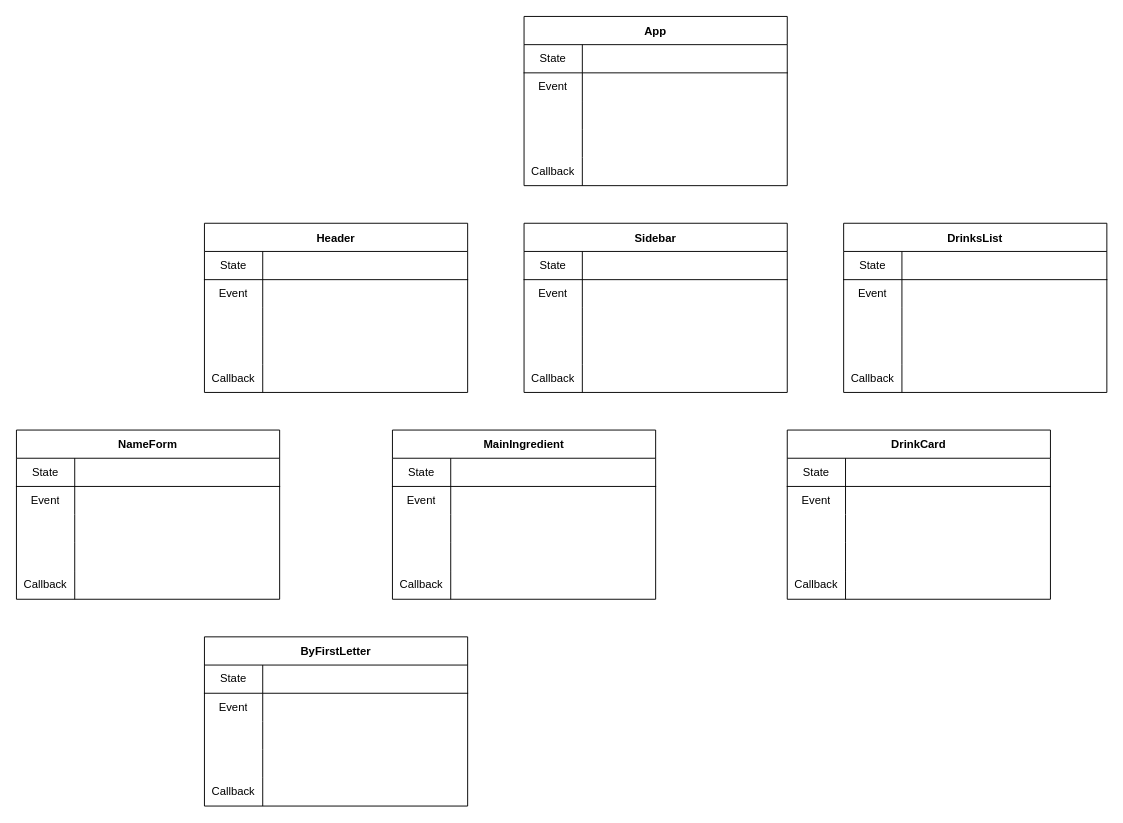
Earlier version of the draw.io diagram componentHierarchy.drawio (AlbertaLynnBrubaker/MixItRemix). Source tidied: cells renumbered, new cells numbered last; positions are measured from the earlier drawing's top-left corner, leaving out a move shared by most shapes. Both pictures are drawn from the tidied source at 94%, with x=0, y=0 at pixel (16, 16).
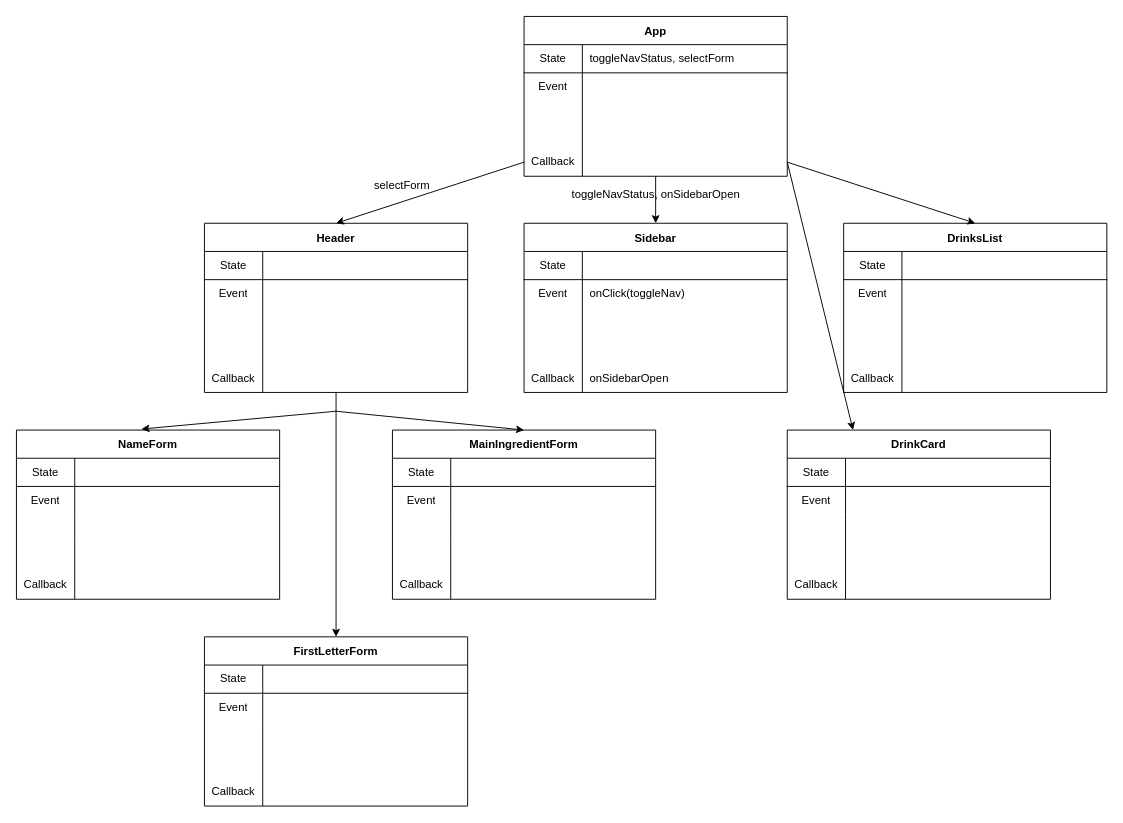
After the change.

The change refers to these unchanged cells:
```xml
<mxCell id="3" style="shape=partialRectangle;html=1;whiteSpace=wrap;fillColor=none;top=0;left=0;bottom=1;right=0;" parent="2" vertex="1">
  <mxGeometry y="30" width="280" height="30" as="geometry" />
</mxCell>
<mxCell id="18" value="Header" style="shape=table;startSize=30;childLayout=tableLayout;rowLines=0;fontStyle=1;align=center;" parent="1" vertex="1">
  <mxGeometry x="200" y="220" width="280" height="180" as="geometry" />
</mxCell>
<mxCell id="31" style="shape=partialRectangle;html=1;whiteSpace=wrap;fillColor=none;top=0;left=0;bottom=0;right=0;points=[[0,0.5],[1,0.5]];portConstraint=eastwest;" parent="18" vertex="1">
  <mxGeometry y="150" width="280" height="30" as="geometry" />
</mxCell>
<mxCell id="34" value="DrinksList" style="shape=table;startSize=30;childLayout=tableLayout;rowLines=0;fontStyle=1;align=center;" parent="1" vertex="1">
  <mxGeometry x="880" y="220" width="280" height="180" as="geometry" />
</mxCell>
<mxCell id="50" value="Sidebar" style="shape=table;startSize=30;childLayout=tableLayout;rowLines=0;fontStyle=1;align=center;" parent="1" vertex="1">
  <mxGeometry x="540" y="220" width="280" height="180" as="geometry" />
</mxCell>
<mxCell id="54" style="shape=partialRectangle;html=1;whiteSpace=wrap;fillColor=none;top=0;left=0;bottom=0;right=0;" parent="50" vertex="1">
  <mxGeometry y="60" width="280" height="30" as="geometry" />
</mxCell>
<mxCell id="63" style="shape=partialRectangle;html=1;whiteSpace=wrap;fillColor=none;top=0;left=0;bottom=0;right=0;" parent="50" vertex="1">
  <mxGeometry y="150" width="280" height="30" as="geometry" />
</mxCell>
<mxCell id="82" value="NameForm" style="shape=table;startSize=30;childLayout=tableLayout;rowLines=0;fontStyle=1;align=center;" parent="1" vertex="1">
  <mxGeometry y="440" width="280" height="180" as="geometry" />
</mxCell>
<mxCell id="114" value="DrinkCard" style="shape=table;startSize=30;childLayout=tableLayout;rowLines=0;fontStyle=1;align=center;" parent="1" vertex="1">
  <mxGeometry x="820" y="440" width="280" height="180" as="geometry" />
</mxCell>
```

Change to the diagram source:
```diff
@@
     <mxCell id="2" value="App" style="shape=table;startSize=30;childLayout=tableLayout;rowLines=0;fontStyle=1;align=center;" parent="1" vertex="1">
-      <mxGeometry x="540" width="280" height="180" as="geometry" />
+      <mxGeometry x="540" width="280" height="170" as="geometry" />
     </mxCell>
@@
-    <mxCell id="5" style="shape=partialRectangle;html=1;whiteSpace=wrap;fillColor=none;top=0;left=0;bottom=0;right=0;align=left;spacingLeft=6;overflow=hidden;" parent="3" vertex="1">
+    <mxCell id="5" value="toggleNavStatus, selectForm" style="shape=partialRectangle;html=1;whiteSpace=wrap;fillColor=none;top=0;left=0;bottom=0;right=0;align=left;spacingLeft=6;overflow=hidden;" parent="3" vertex="1">
       <mxGeometry x="62" width="218" height="30" as="geometry" />
     </mxCell>
@@
     <mxCell id="12" style="shape=partialRectangle;html=1;whiteSpace=wrap;fillColor=none;top=0;left=0;bottom=0;right=0;" parent="2" vertex="1">
-      <mxGeometry y="120" width="280" height="30" as="geometry" />
+      <mxGeometry y="120" width="280" height="20" as="geometry" />
     </mxCell>
     <mxCell id="13" style="shape=partialRectangle;html=1;whiteSpace=wrap;fillColor=none;top=0;left=0;bottom=0;right=0;overflow=hidden;" parent="12" vertex="1">
-      <mxGeometry width="62" height="30" as="geometry" />
+      <mxGeometry width="62" height="20" as="geometry" />
     </mxCell>
     <mxCell id="14" style="shape=partialRectangle;html=1;whiteSpace=wrap;fillColor=none;top=0;left=0;bottom=0;right=0;align=left;spacingLeft=6;overflow=hidden;" parent="12" vertex="1">
-      <mxGeometry x="62" width="218" height="30" as="geometry" />
+      <mxGeometry x="62" width="218" height="20" as="geometry" />
     </mxCell>
     <mxCell id="15" style="shape=partialRectangle;html=1;whiteSpace=wrap;fillColor=none;top=0;left=0;bottom=0;right=0;points=[[0,0.5],[1,0.5]];portConstraint=eastwest;" parent="2" vertex="1">
-      <mxGeometry y="150" width="280" height="30" as="geometry" />
+      <mxGeometry y="140" width="280" height="30" as="geometry" />
     </mxCell>
@@
-    <mxCell id="56" style="shape=partialRectangle;html=1;whiteSpace=wrap;fillColor=none;top=0;left=0;bottom=0;right=0;align=left;spacingLeft=6;overflow=hidden;" parent="54" vertex="1">
+    <mxCell id="56" value="onClick(toggleNav)" style="shape=partialRectangle;html=1;whiteSpace=wrap;fillColor=none;top=0;left=0;bottom=0;right=0;align=left;spacingLeft=6;overflow=hidden;" parent="54" vertex="1">
       <mxGeometry x="62" width="218" height="30" as="geometry" />
     </mxCell>
@@
-    <mxCell id="65" style="shape=partialRectangle;html=1;whiteSpace=wrap;fillColor=none;top=0;left=0;bottom=0;right=0;align=left;spacingLeft=6;overflow=hidden;" parent="63" vertex="1">
+    <mxCell id="65" value="onSidebarOpen" style="shape=partialRectangle;html=1;whiteSpace=wrap;fillColor=none;top=0;left=0;bottom=0;right=0;align=left;spacingLeft=6;overflow=hidden;" parent="63" vertex="1">
       <mxGeometry x="62" width="218" height="30" as="geometry" />
     </mxCell>
-    <mxCell id="66" value="MainIngredient" style="shape=table;startSize=30;childLayout=tableLayout;rowLines=0;fontStyle=1;align=center;" parent="1" vertex="1">
+    <mxCell id="66" value="MainIngredientForm" style="shape=table;startSize=30;childLayout=tableLayout;rowLines=0;fontStyle=1;align=center;" parent="1" vertex="1">
       <mxGeometry x="400" y="440" width="280" height="180" as="geometry" />
     </mxCell>
@@
-    <mxCell id="98" value="ByFirstLetter" style="shape=table;startSize=30;childLayout=tableLayout;rowLines=0;fontStyle=1;align=center;" parent="1" vertex="1">
+    <mxCell id="98" value="FirstLetterForm" style="shape=table;startSize=30;childLayout=tableLayout;rowLines=0;fontStyle=1;align=center;" parent="1" vertex="1">
       <mxGeometry x="200" y="660" width="280" height="180" as="geometry" />
     </mxCell>
@@
+    <mxCell id="130" style="edgeStyle=none;html=1;entryX=0.5;entryY=0;entryDx=0;entryDy=0;" parent="1" edge="1" target="50">
+      <mxGeometry relative="1" as="geometry">
+        <mxPoint x="680" y="170" as="sourcePoint" />
+      </mxGeometry>
+    </mxCell>
+    <mxCell id="131" value="toggleNavStatus, onSidebarOpen" style="text;html=1;align=center;verticalAlign=middle;fillColor=none;strokeColor=none;rounded=0;" parent="1" vertex="1">
+      <mxGeometry x="585" y="180" width="190" height="20" as="geometry" />
+    </mxCell>
+    <mxCell id="132" style="edgeStyle=none;html=1;exitX=0;exitY=0.5;exitDx=0;exitDy=0;entryX=0.5;entryY=0;entryDx=0;entryDy=0;" parent="1" edge="1" source="15" target="18">
+      <mxGeometry relative="1" as="geometry" />
+    </mxCell>
+    <mxCell id="133" value="selectForm" style="text;html=1;align=center;verticalAlign=middle;fillColor=none;strokeColor=none;rounded=0;" parent="1" vertex="1">
+      <mxGeometry x="375" y="170" width="70" height="20" as="geometry" />
+    </mxCell>
+    <mxCell id="134" style="edgeStyle=none;html=1;exitX=1;exitY=0.5;exitDx=0;exitDy=0;entryX=0.5;entryY=0;entryDx=0;entryDy=0;" parent="1" edge="1" source="15" target="34">
+      <mxGeometry relative="1" as="geometry" />
+    </mxCell>
+    <mxCell id="135" style="edgeStyle=none;html=1;exitX=1;exitY=0.5;exitDx=0;exitDy=0;entryX=0.25;entryY=0;entryDx=0;entryDy=0;" parent="1" edge="1" source="15" target="114">
+      <mxGeometry relative="1" as="geometry" />
+    </mxCell>
+    <mxCell id="136" style="edgeStyle=none;html=1;entryX=0.5;entryY=0;entryDx=0;entryDy=0;" parent="1" edge="1" source="31" target="98">
+      <mxGeometry relative="1" as="geometry" />
+    </mxCell>
+    <mxCell id="137" style="edgeStyle=none;html=1;entryX=0.5;entryY=0;entryDx=0;entryDy=0;" parent="1" edge="1" target="66">
+      <mxGeometry relative="1" as="geometry">
+        <mxPoint x="340" y="420" as="sourcePoint" />
+      </mxGeometry>
+    </mxCell>
+    <mxCell id="138" style="edgeStyle=none;html=1;entryX=0.475;entryY=-0.006;entryDx=0;entryDy=0;entryPerimeter=0;" parent="1" edge="1" target="82">
+      <mxGeometry relative="1" as="geometry">
+        <mxPoint x="340" y="420" as="sourcePoint" />
+      </mxGeometry>
+    </mxCell>
```
